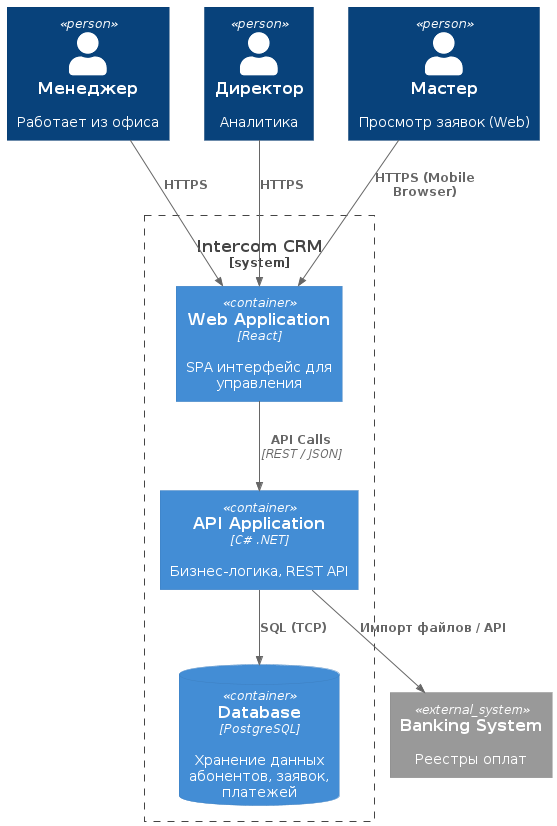
smthgd/PAPS keeps this PlantUML diagram as LabWork2/img/container.png. Above is the earlier version. Its diagram source:
```plantuml
@startuml
!include https://raw.githubusercontent.com/plantuml-stdlib/C4-PlantUML/master/C4_Container.puml

Person(disp, "Менеджер", "Работает из офиса")
Person(admin, "Директор", "Аналитика")
Person(tech, "Мастер", "Просмотр заявок (Web)")

System_Boundary(c1, "Intercom CRM") {
    Container(web_app, "Web Application", "React", "SPA интерфейс для управления")
    Container(api, "API Application", "C# .NET", "Бизнес-логика, REST API")
    ContainerDb(db, "Database", "PostgreSQL", "Хранение данных абонентов, заявок, платежей")
}

System_Ext(bank, "Banking System", "Реестры оплат")

Rel(disp, web_app, "HTTPS")
Rel(admin, web_app, "HTTPS")
Rel(tech, web_app, "HTTPS (Mobile Browser)")

Rel(web_app, api, "API Calls", "REST / JSON")

Rel(api, db, "SQL (TCP)")
Rel(api, bank, "Импорт файлов / API")
@enduml
```
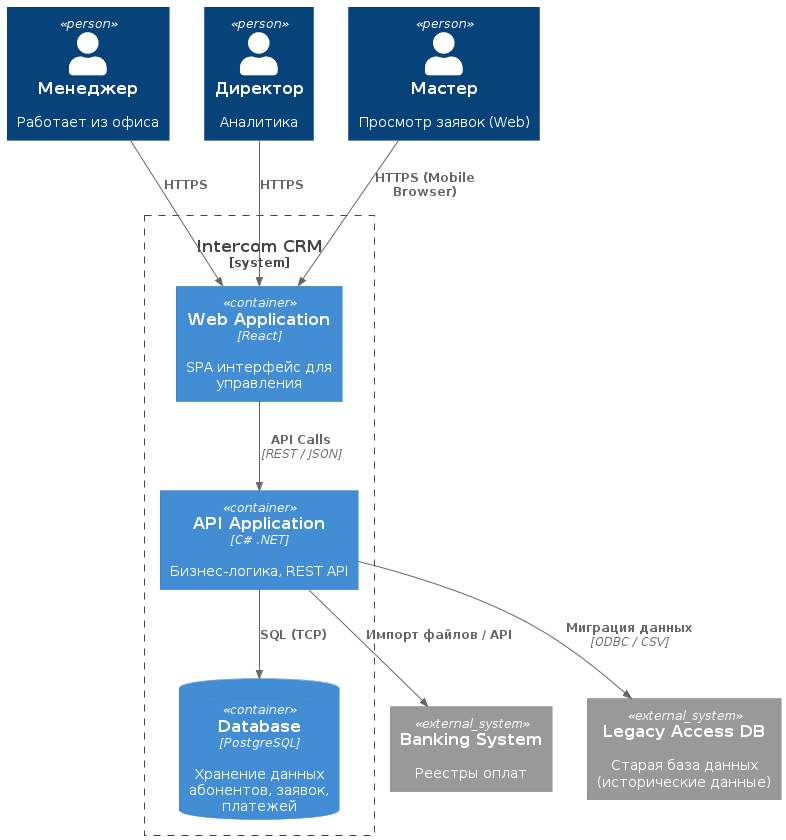
Above is the later version.

Commit message:
добавлена пропущенная внешняя система

The edit, as a diff of the source:
```diff
@@ -12,6 +12,7 @@
 }
 
 System_Ext(bank, "Banking System", "Реестры оплат")
+System_Ext(legacy, "Legacy Access DB", "Старая база данных (исторические данные)")
 
 Rel(disp, web_app, "HTTPS")
 Rel(admin, web_app, "HTTPS")
@@ -21,4 +22,5 @@
 
 Rel(api, db, "SQL (TCP)")
 Rel(api, bank, "Импорт файлов / API")
+Rel(api, legacy, "Миграция данных", "ODBC / CSV")
 @enduml
```
